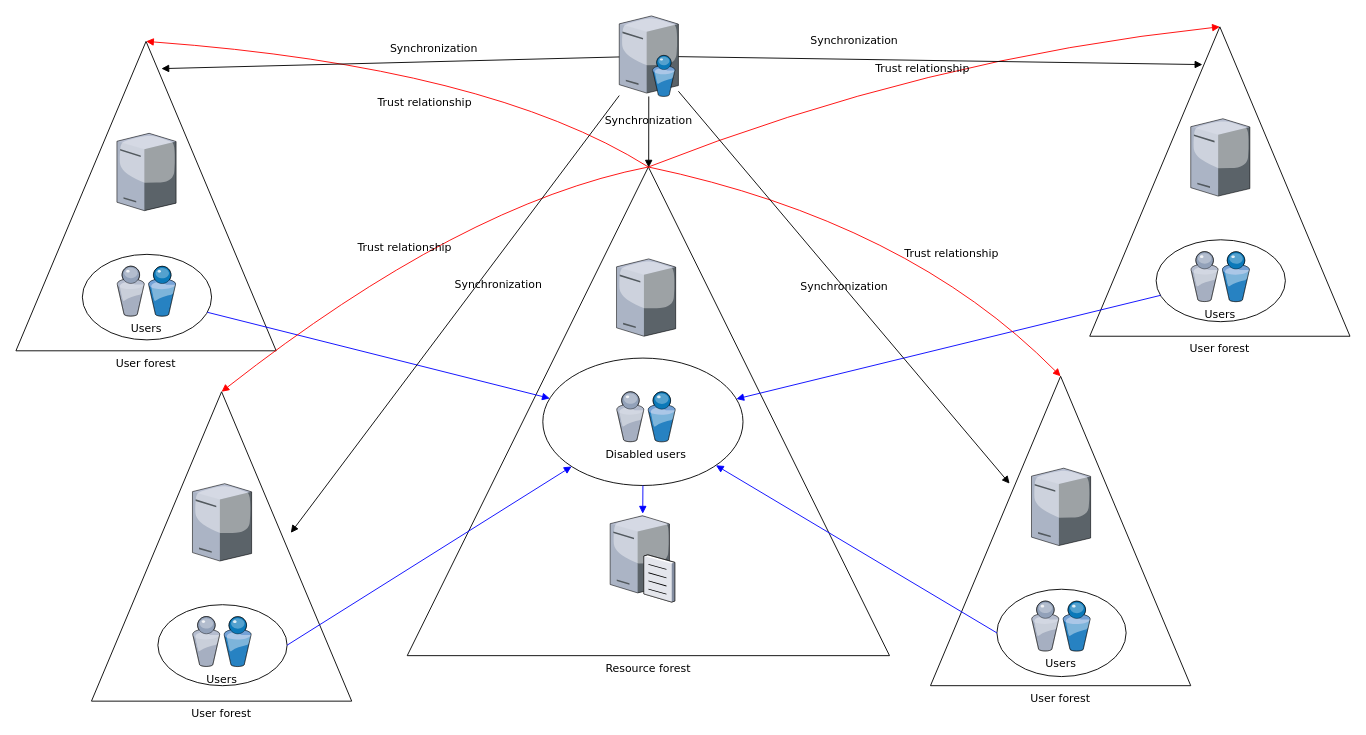
The draw.io diagram Untitled Diagram.drawio in tsiparinda/golang_learning, before the edit. Source tidied: cells renumbered, new cells numbered last; positions are measured from the earlier drawing's top-left corner, leaving out a move shared by most shapes. Both pictures are drawn from the tidied source at 91%, with x=0, y=0 at pixel (15, 15).
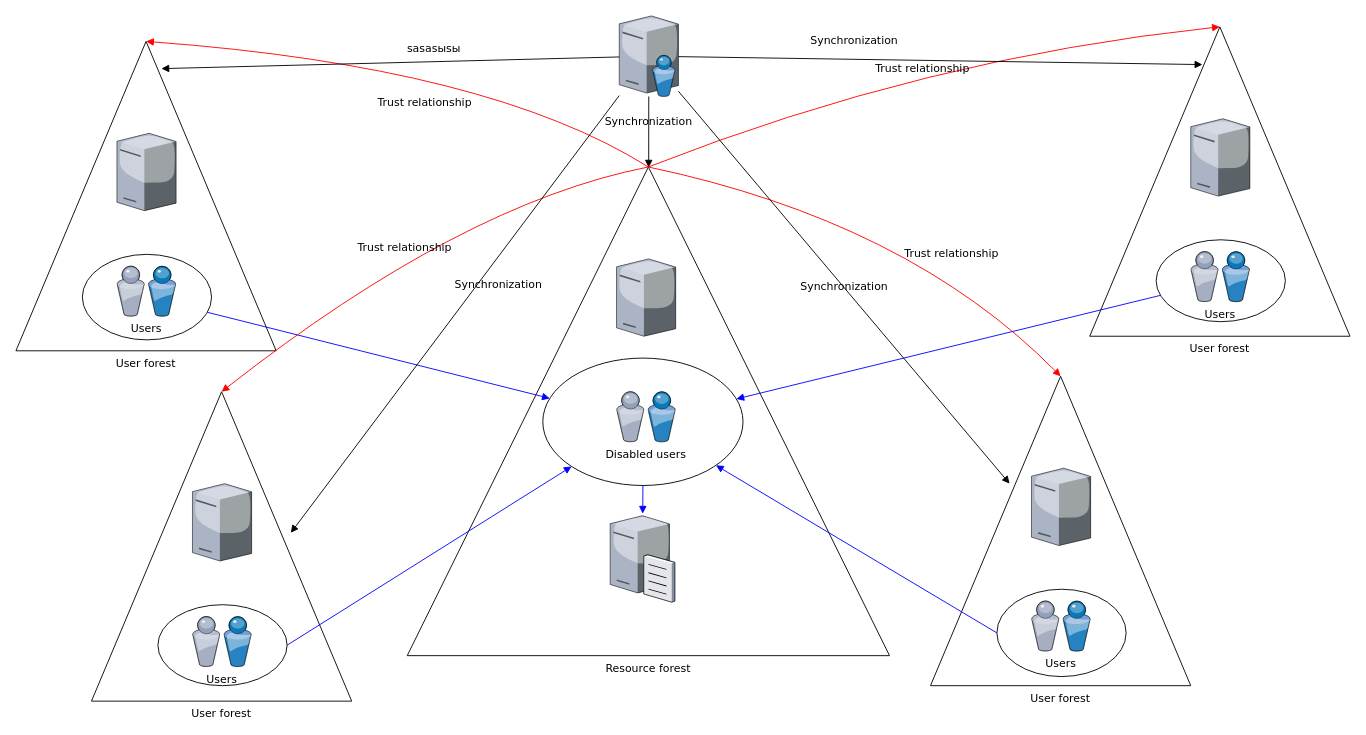
Above is the later version.

Unchanged cells that the change refers to:
```xml
<mxCell id="2" value="Resource forest" style="triangle;whiteSpace=wrap;html=1;rounded=0;shadow=0;comic=0;strokeWidth=1;fontFamily=Verdana;direction=north;labelPosition=center;verticalLabelPosition=bottom;align=center;verticalAlign=top;" parent="1" vertex="1">
  <mxGeometry x="430" y="166" width="530" height="537" as="geometry" />
</mxCell>
<mxCell id="3" value="User forest" style="triangle;whiteSpace=wrap;html=1;rounded=0;shadow=0;comic=0;strokeWidth=1;fontFamily=Verdana;direction=north;labelPosition=center;verticalLabelPosition=bottom;align=center;verticalAlign=top;" parent="1" vertex="1">
  <mxGeometry y="28" width="286" height="340" as="geometry" />
</mxCell>
<mxCell id="5" style="verticalLabelPosition=bottom;html=1;verticalAlign=top;strokeColor=none;shape=mxgraph.citrix.directory_server;rounded=0;shadow=0;comic=0;fontFamily=Verdana;" parent="1" vertex="1">
  <mxGeometry x="663" width="65" height="88.5" as="geometry" />
</mxCell>
```

Diff of the diagram source:
```diff
@@
     <mxCell id="22" value="Synchronization" style="edgeStyle=none;rounded=0;html=1;labelBackgroundColor=none;startArrow=none;startFill=0;endArrow=block;endFill=1;strokeWidth=1;fontFamily=Verdana;fontSize=12;" parent="1" edge="1" source="5" target="2">
-      <mxGeometry x="-0.3" relative="1" as="geometry" />
+      <mxGeometry x="-0.28" relative="1" as="geometry" />
     </mxCell>
-    <mxCell id="23" value="Synchronization" style="edgeStyle=none;rounded=0;html=1;entryX=0.912;entryY=0.559;entryPerimeter=0;labelBackgroundColor=none;startArrow=none;startFill=0;endArrow=block;endFill=1;strokeWidth=1;fontFamily=Verdana;fontSize=12;" parent="1" edge="1" source="5" target="3">
+    <mxCell id="23" value="&lt;div&gt;sasasыsы&lt;/div&gt;" style="edgeStyle=none;rounded=0;html=1;entryX=0.912;entryY=0.559;entryPerimeter=0;labelBackgroundColor=none;startArrow=none;startFill=0;endArrow=block;endFill=1;strokeWidth=1;fontFamily=Verdana;fontSize=12;" parent="1" edge="1" source="5" target="3">
       <mxGeometry x="-0.19" y="-14" relative="1" as="geometry" />
     </mxCell>
```
